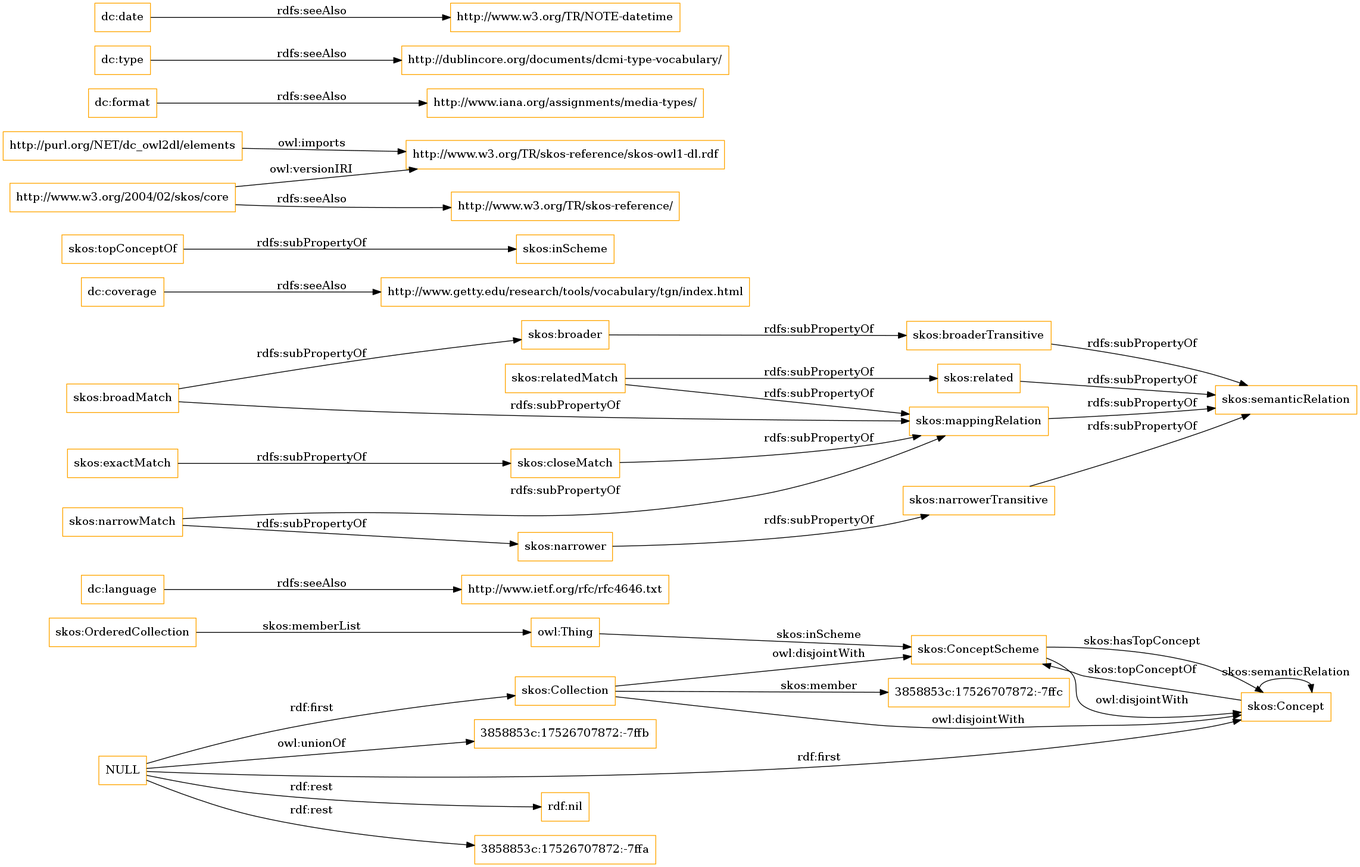
Earlier version of the Graphviz export OnToology/imports/elements.owl/diagrams/ar2dtool-class/elements.owl.png (OnToologyUser/core-ontology-1). Its source is kept beside it as OnToology/imports/elements.owl/diagrams/ar2dtool-class/elements.owl.png.dot.
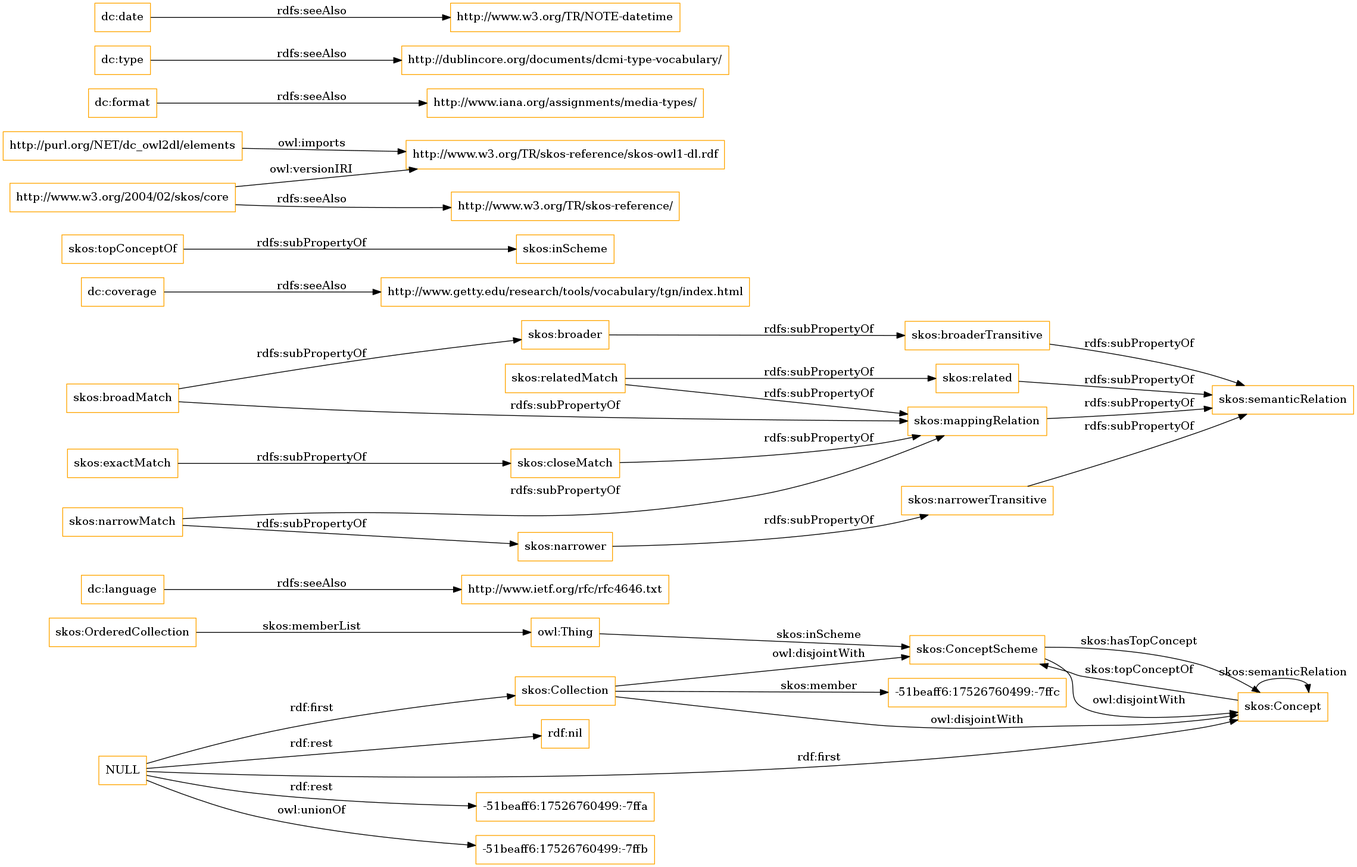
The same file after the commit.

Change to the diagram source:
```diff
@@ -1,13 +1,13 @@
 digraph ar2dtool_diagram {
 rankdir=LR;
 size="1501"
-node [shape = rectangle, color="orange"]; "3858853c:17526707872:-7ffc" "skos:OrderedCollection" "skos:Collection" "skos:ConceptScheme" "skos:Concept" ; /*classes style*/
+node [shape = rectangle, color="orange"]; "-51beaff6:17526760499:-7ffc" "skos:OrderedCollection" "skos:Collection" "skos:ConceptScheme" "skos:Concept" ; /*classes style*/
 	"dc:language" -> "http://www.ietf.org/rfc/rfc4646.txt" [ label = "rdfs:seeAlso" ];
+	"NULL" -> "-51beaff6:17526760499:-7ffa" [ label = "rdf:rest" ];
+	"NULL" -> "skos:Concept" [ label = "rdf:first" ];
+	"NULL" -> "-51beaff6:17526760499:-7ffb" [ label = "owl:unionOf" ];
 	"NULL" -> "rdf:nil" [ label = "rdf:rest" ];
 	"NULL" -> "skos:Collection" [ label = "rdf:first" ];
-	"NULL" -> "3858853c:17526707872:-7ffa" [ label = "rdf:rest" ];
-	"NULL" -> "skos:Concept" [ label = "rdf:first" ];
-	"NULL" -> "3858853c:17526707872:-7ffb" [ label = "owl:unionOf" ];
 	"skos:closeMatch" -> "skos:mappingRelation" [ label = "rdfs:subPropertyOf" ];
 	"dc:coverage" -> "http://www.getty.edu/research/tools/vocabulary/tgn/index.html" [ label = "rdfs:seeAlso" ];
 	"skos:relatedMatch" -> "skos:related" [ label = "rdfs:subPropertyOf" ];
@@ -36,7 +36,7 @@
 	"skos:OrderedCollection" -> "owl:Thing" [ label = "skos:memberList" ];
 	"skos:Concept" -> "skos:ConceptScheme" [ label = "skos:topConceptOf" ];
 	"skos:Concept" -> "skos:Concept" [ label = "skos:semanticRelation" ];
-	"skos:Collection" -> "3858853c:17526707872:-7ffc" [ label = "skos:member" ];
+	"skos:Collection" -> "-51beaff6:17526760499:-7ffc" [ label = "skos:member" ];
 	"skos:ConceptScheme" -> "skos:Concept" [ label = "skos:hasTopConcept" ];
 	"owl:Thing" -> "skos:ConceptScheme" [ label = "skos:inScheme" ];
 
```
